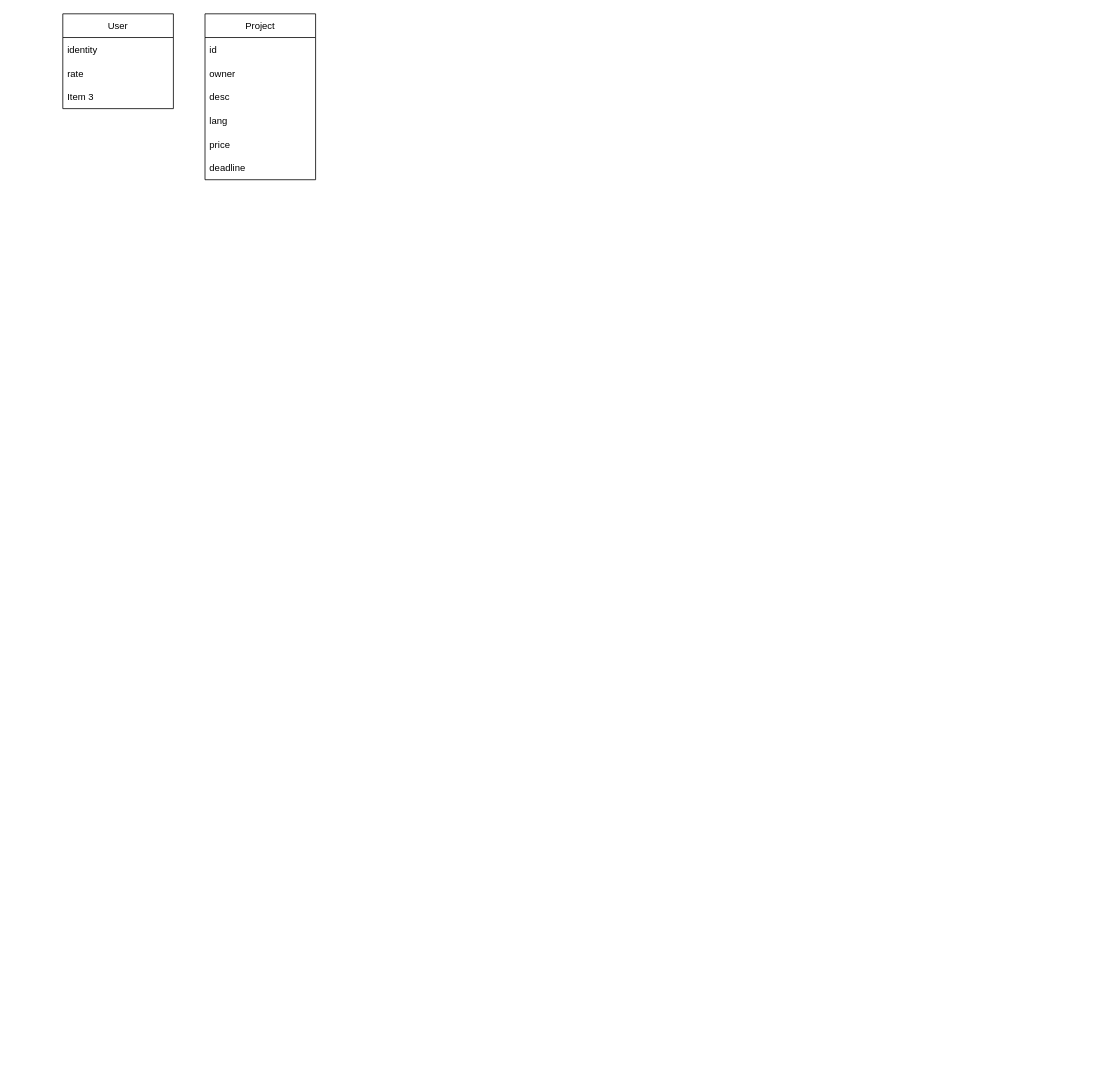
This is Icer.drawio from Kybox/Draw.io, a draw.io file, before an edit. Source tidied: cells renumbered, new cells numbered last; positions are measured from the earlier drawing's top-left corner, leaving out a move shared by most shapes. Both pictures are drawn from the tidied source at 79%, with x=0, y=0 at pixel (62, 13).
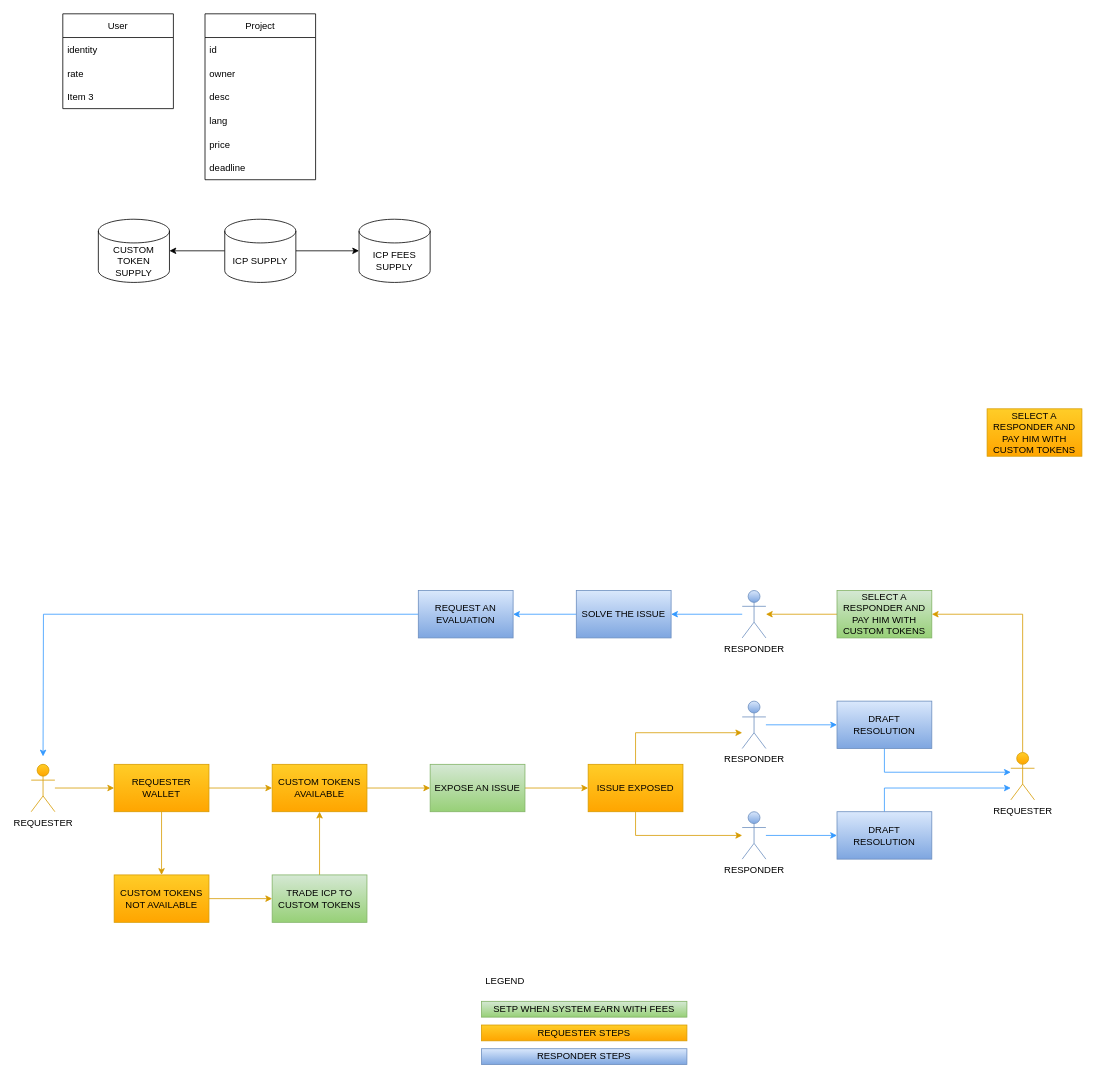
The same page after the edit.

Change to the diagram source:
```diff
@@
+    <mxCell id="13" style="edgeStyle=orthogonalEdgeStyle;rounded=0;jettySize=auto;html=1;" parent="1" edge="1" source="15" target="18">
+      <mxGeometry relative="1" as="geometry" />
+    </mxCell>
+    <mxCell id="14" style="edgeStyle=orthogonalEdgeStyle;rounded=0;jettySize=auto;html=1;" parent="1" edge="1" source="15" target="19">
+      <mxGeometry relative="1" as="geometry" />
+    </mxCell>
+    <mxCell id="15" value="ICP SUPPLY" style="shape=cylinder3;whiteSpace=wrap;html=1;boundedLbl=1;backgroundOutline=1;size=15;" parent="1" vertex="1">
+      <mxGeometry x="205" y="260" width="90" height="80" as="geometry" />
+    </mxCell>
+    <mxCell id="16" style="edgeStyle=orthogonalEdgeStyle;rounded=0;jettySize=auto;html=1;strokeWidth=1;fillColor=#ffcd28;strokeColor=#d79b00;gradientColor=#ffa500;" parent="1" edge="1" source="17" target="22">
+      <mxGeometry relative="1" as="geometry" />
+    </mxCell>
+    <mxCell id="17" value="REQUESTER" style="shape=umlActor;verticalLabelPosition=bottom;verticalAlign=top;html=1;outlineConnect=0;fillColor=#ffcd28;strokeColor=#d79b00;gradientColor=#ffa500;" parent="1" vertex="1">
+      <mxGeometry x="-40" y="950" width="30" height="60" as="geometry" />
+    </mxCell>
+    <mxCell id="18" value="CUSTOM TOKEN SUPPLY" style="shape=cylinder3;whiteSpace=wrap;html=1;boundedLbl=1;backgroundOutline=1;size=15;" parent="1" vertex="1">
+      <mxGeometry x="45" y="260" width="90" height="80" as="geometry" />
+    </mxCell>
+    <mxCell id="19" value="ICP FEES SUPPLY" style="shape=cylinder3;whiteSpace=wrap;html=1;boundedLbl=1;backgroundOutline=1;size=15;" parent="1" vertex="1">
+      <mxGeometry x="375" y="260" width="90" height="80" as="geometry" />
+    </mxCell>
+    <mxCell id="20" style="edgeStyle=orthogonalEdgeStyle;rounded=0;jettySize=auto;html=1;fillColor=#ffcd28;strokeColor=#d79b00;gradientColor=#ffa500;" parent="1" edge="1" source="22" target="24">
+      <mxGeometry relative="1" as="geometry" />
+    </mxCell>
+    <mxCell id="21" style="edgeStyle=orthogonalEdgeStyle;rounded=0;jettySize=auto;html=1;fillColor=#ffcd28;gradientColor=#ffa500;strokeColor=#d79b00;" parent="1" edge="1" source="22" target="28">
+      <mxGeometry relative="1" as="geometry" />
+    </mxCell>
+    <mxCell id="22" value="REQUESTER WALLET" style="whiteSpace=wrap;html=1;verticalAlign=middle;fillColor=#ffcd28;strokeColor=#d79b00;gradientColor=#ffa500;" parent="1" vertex="1">
+      <mxGeometry x="65" y="950" width="120" height="60" as="geometry" />
+    </mxCell>
+    <mxCell id="23" style="edgeStyle=orthogonalEdgeStyle;rounded=0;jettySize=auto;html=1;fillColor=#ffcd28;strokeColor=#d79b00;gradientColor=#ffa500;" parent="1" edge="1" source="24" target="26">
+      <mxGeometry relative="1" as="geometry" />
+    </mxCell>
+    <mxCell id="24" value="CUSTOM TOKENS AVAILABLE" style="whiteSpace=wrap;html=1;verticalAlign=middle;fillColor=#ffcd28;strokeColor=#d79b00;gradientColor=#ffa500;" parent="1" vertex="1">
+      <mxGeometry x="265" y="950" width="120" height="60" as="geometry" />
+    </mxCell>
+    <mxCell id="25" style="edgeStyle=orthogonalEdgeStyle;rounded=0;jettySize=auto;html=1;fillColor=#ffcd28;strokeColor=#d79b00;gradientColor=#ffa500;" parent="1" edge="1" source="26" target="35">
+      <mxGeometry relative="1" as="geometry" />
+    </mxCell>
+    <mxCell id="26" value="EXPOSE AN ISSUE" style="whiteSpace=wrap;html=1;verticalAlign=middle;fillColor=#d5e8d4;strokeColor=#82b366;gradientColor=#97d077;" parent="1" vertex="1">
+      <mxGeometry x="465" y="950" width="120" height="60" as="geometry" />
+    </mxCell>
+    <mxCell id="27" style="edgeStyle=orthogonalEdgeStyle;rounded=0;jettySize=auto;html=1;fillColor=#ffcd28;strokeColor=#d79b00;gradientColor=#ffa500;" parent="1" edge="1" source="28" target="30">
+      <mxGeometry relative="1" as="geometry" />
+    </mxCell>
+    <mxCell id="28" value="CUSTOM TOKENS NOT AVAILABLE" style="whiteSpace=wrap;html=1;verticalAlign=middle;fillColor=#ffcd28;strokeColor=#d79b00;gradientColor=#ffa500;" parent="1" vertex="1">
+      <mxGeometry x="65" y="1090" width="120" height="60" as="geometry" />
+    </mxCell>
+    <mxCell id="29" style="edgeStyle=orthogonalEdgeStyle;rounded=0;jettySize=auto;html=1;fillColor=#ffcd28;gradientColor=#ffa500;strokeColor=#d79b00;" parent="1" edge="1" source="30" target="24">
+      <mxGeometry relative="1" as="geometry" />
+    </mxCell>
+    <mxCell id="30" value="TRADE ICP TO CUSTOM TOKENS" style="whiteSpace=wrap;html=1;verticalAlign=middle;fillColor=#d5e8d4;strokeColor=#82b366;gradientColor=#97d077;" parent="1" vertex="1">
+      <mxGeometry x="265" y="1090" width="120" height="60" as="geometry" />
+    </mxCell>
+    <mxCell id="31" value="SETP WHEN SYSTEM EARN WITH FEES" style="whiteSpace=wrap;html=1;verticalAlign=middle;fillColor=#d5e8d4;strokeColor=#82b366;gradientColor=#97d077;" parent="1" vertex="1">
+      <mxGeometry x="530" y="1250" width="260" height="20" as="geometry" />
+    </mxCell>
+    <mxCell id="32" value="LEGEND" style="text;html=1;strokeColor=none;fillColor=none;align=center;verticalAlign=middle;whiteSpace=wrap;rounded=0;" parent="1" vertex="1">
+      <mxGeometry x="530" y="1210" width="60" height="30" as="geometry" />
+    </mxCell>
+    <mxCell id="33" style="edgeStyle=orthogonalEdgeStyle;rounded=0;jettySize=auto;html=1;strokeColor=#d79b00;strokeWidth=1;fillColor=#ffcd28;gradientColor=#ffa500;" parent="1" edge="1" source="35" target="43">
+      <mxGeometry relative="1" as="geometry">
+        <Array as="points">
+          <mxPoint x="725" y="1040" />
+        </Array>
+      </mxGeometry>
+    </mxCell>
+    <mxCell id="34" style="edgeStyle=orthogonalEdgeStyle;rounded=0;jettySize=auto;html=1;strokeColor=#d79b00;strokeWidth=1;fillColor=#ffcd28;gradientColor=#ffa500;" parent="1" edge="1" source="35" target="41">
+      <mxGeometry relative="1" as="geometry">
+        <Array as="points">
+          <mxPoint x="725" y="910" />
+        </Array>
+      </mxGeometry>
+    </mxCell>
+    <mxCell id="35" value="ISSUE EXPOSED" style="whiteSpace=wrap;html=1;verticalAlign=middle;fillColor=#ffcd28;strokeColor=#d79b00;gradientColor=#ffa500;" parent="1" vertex="1">
+      <mxGeometry x="665" y="950" width="120" height="60" as="geometry" />
+    </mxCell>
+    <mxCell id="36" value="REQUESTER STEPS" style="whiteSpace=wrap;html=1;verticalAlign=middle;fillColor=#ffcd28;strokeColor=#d79b00;gradientColor=#ffa500;" parent="1" vertex="1">
+      <mxGeometry x="530" y="1280" width="260" height="20" as="geometry" />
+    </mxCell>
+    <mxCell id="37" value="RESPONDER STEPS" style="whiteSpace=wrap;html=1;verticalAlign=middle;fillColor=#dae8fc;strokeColor=#6c8ebf;gradientColor=#7ea6e0;" parent="1" vertex="1">
+      <mxGeometry x="530" y="1310" width="260" height="20" as="geometry" />
+    </mxCell>
+    <mxCell id="38" style="edgeStyle=orthogonalEdgeStyle;rounded=0;jettySize=auto;html=1;strokeColor=#d79b00;strokeWidth=1;fillColor=#ffcd28;gradientColor=#ffa500;" parent="1" edge="1" source="39" target="49">
+      <mxGeometry relative="1" as="geometry">
+        <Array as="points">
+          <mxPoint x="1215" y="760" />
+        </Array>
+      </mxGeometry>
+    </mxCell>
+    <mxCell id="39" value="REQUESTER" style="shape=umlActor;verticalLabelPosition=bottom;verticalAlign=top;html=1;outlineConnect=0;fillColor=#ffcd28;strokeColor=#d79b00;gradientColor=#ffa500;" parent="1" vertex="1">
+      <mxGeometry x="1200" y="935" width="30" height="60" as="geometry" />
+    </mxCell>
+    <mxCell id="40" style="edgeStyle=orthogonalEdgeStyle;rounded=0;jettySize=auto;html=1;strokeColor=#3399FF;strokeWidth=1;" parent="1" edge="1" source="41" target="45">
+      <mxGeometry relative="1" as="geometry" />
+    </mxCell>
+    <mxCell id="41" value="RESPONDER" style="shape=umlActor;verticalLabelPosition=bottom;verticalAlign=top;html=1;outlineConnect=0;fillColor=#dae8fc;strokeColor=#6c8ebf;gradientColor=#7ea6e0;" parent="1" vertex="1">
+      <mxGeometry x="860" y="870" width="30" height="60" as="geometry" />
+    </mxCell>
+    <mxCell id="42" style="edgeStyle=orthogonalEdgeStyle;rounded=0;jettySize=auto;html=1;strokeColor=#3399FF;strokeWidth=1;" parent="1" edge="1" source="43" target="47">
+      <mxGeometry relative="1" as="geometry" />
+    </mxCell>
+    <mxCell id="43" value="RESPONDER" style="shape=umlActor;verticalLabelPosition=bottom;verticalAlign=top;html=1;outlineConnect=0;fillColor=#dae8fc;strokeColor=#6c8ebf;gradientColor=#7ea6e0;" parent="1" vertex="1">
+      <mxGeometry x="860" y="1010" width="30" height="60" as="geometry" />
+    </mxCell>
+    <mxCell id="44" style="edgeStyle=orthogonalEdgeStyle;rounded=0;jettySize=auto;html=1;strokeColor=#3399FF;strokeWidth=1;" parent="1" edge="1" source="45" target="39">
+      <mxGeometry relative="1" as="geometry">
+        <Array as="points">
+          <mxPoint x="1040" y="960" />
+        </Array>
+      </mxGeometry>
+    </mxCell>
+    <mxCell id="45" value="DRAFT RESOLUTION" style="whiteSpace=wrap;html=1;verticalAlign=middle;fillColor=#dae8fc;strokeColor=#6c8ebf;gradientColor=#7ea6e0;" parent="1" vertex="1">
+      <mxGeometry x="980" y="870" width="120" height="60" as="geometry" />
+    </mxCell>
+    <mxCell id="46" style="edgeStyle=orthogonalEdgeStyle;rounded=0;jettySize=auto;html=1;strokeColor=#3399FF;strokeWidth=1;" parent="1" edge="1" source="47" target="39">
+      <mxGeometry relative="1" as="geometry">
+        <Array as="points">
+          <mxPoint x="1040" y="980" />
+        </Array>
+      </mxGeometry>
+    </mxCell>
+    <mxCell id="47" value="DRAFT RESOLUTION" style="whiteSpace=wrap;html=1;verticalAlign=middle;fillColor=#dae8fc;strokeColor=#6c8ebf;gradientColor=#7ea6e0;" parent="1" vertex="1">
+      <mxGeometry x="980" y="1010" width="120" height="60" as="geometry" />
+    </mxCell>
+    <mxCell id="48" style="edgeStyle=orthogonalEdgeStyle;rounded=0;jettySize=auto;html=1;strokeColor=#d79b00;strokeWidth=1;fillColor=#ffcd28;gradientColor=#ffa500;" parent="1" edge="1" source="49" target="52">
+      <mxGeometry relative="1" as="geometry" />
+    </mxCell>
+    <mxCell id="49" value="SELECT A RESPONDER AND PAY HIM WITH CUSTOM TOKENS" style="whiteSpace=wrap;html=1;verticalAlign=middle;fillColor=#d5e8d4;strokeColor=#82b366;gradientColor=#97d077;" parent="1" vertex="1">
+      <mxGeometry x="980" y="730" width="120" height="60" as="geometry" />
+    </mxCell>
+    <mxCell id="50" value="SELECT A RESPONDER AND PAY HIM WITH CUSTOM TOKENS" style="whiteSpace=wrap;html=1;verticalAlign=middle;fillColor=#ffcd28;strokeColor=#d79b00;gradientColor=#ffa500;" parent="1" vertex="1">
+      <mxGeometry x="1170" y="500" width="120" height="60" as="geometry" />
+    </mxCell>
+    <mxCell id="51" style="edgeStyle=orthogonalEdgeStyle;rounded=0;jettySize=auto;html=1;strokeColor=#3399FF;strokeWidth=1;" parent="1" edge="1" source="52" target="54">
+      <mxGeometry relative="1" as="geometry" />
+    </mxCell>
+    <mxCell id="52" value="RESPONDER" style="shape=umlActor;verticalLabelPosition=bottom;verticalAlign=top;html=1;outlineConnect=0;fillColor=#dae8fc;strokeColor=#6c8ebf;gradientColor=#7ea6e0;" parent="1" vertex="1">
+      <mxGeometry x="860" y="730" width="30" height="60" as="geometry" />
+    </mxCell>
+    <mxCell id="53" style="edgeStyle=orthogonalEdgeStyle;rounded=0;jettySize=auto;html=1;strokeColor=#3399FF;strokeWidth=1;" parent="1" edge="1" source="54" target="56">
+      <mxGeometry relative="1" as="geometry" />
+    </mxCell>
+    <mxCell id="54" value="SOLVE THE ISSUE" style="whiteSpace=wrap;html=1;verticalAlign=middle;fillColor=#dae8fc;strokeColor=#6c8ebf;gradientColor=#7ea6e0;" parent="1" vertex="1">
+      <mxGeometry x="650" y="730" width="120" height="60" as="geometry" />
+    </mxCell>
+    <mxCell id="55" style="edgeStyle=orthogonalEdgeStyle;rounded=0;jettySize=auto;html=1;strokeColor=#3399FF;strokeWidth=1;" parent="1" edge="1" source="56">
+      <mxGeometry relative="1" as="geometry">
+        <mxPoint x="-25" y="940" as="targetPoint" />
+      </mxGeometry>
+    </mxCell>
+    <mxCell id="56" value="REQUEST AN EVALUATION" style="whiteSpace=wrap;html=1;verticalAlign=middle;fillColor=#dae8fc;strokeColor=#6c8ebf;gradientColor=#7ea6e0;" parent="1" vertex="1">
+      <mxGeometry x="450" y="730" width="120" height="60" as="geometry" />
+    </mxCell>
```
